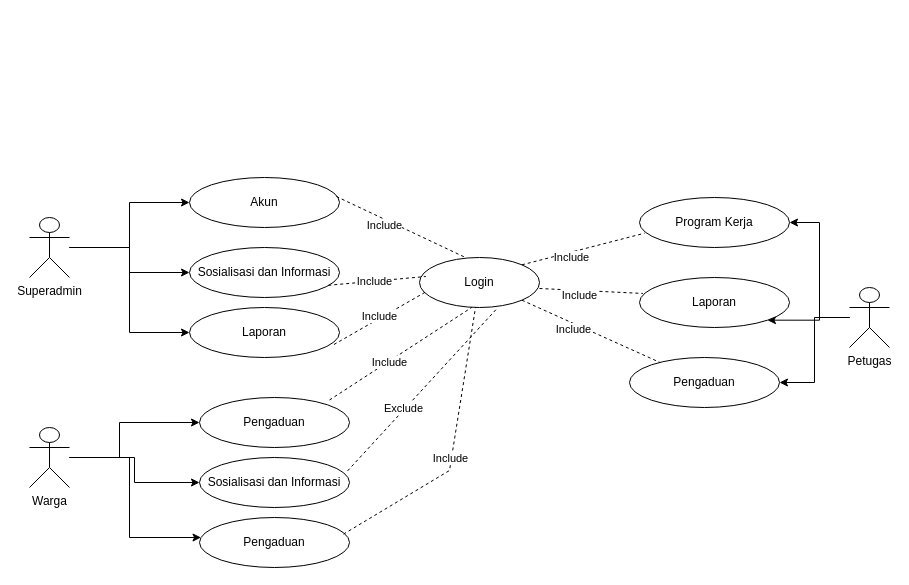
Above: sistem_layanan_publik_berbasis_e-service_quality.drawio in pramudyabimo/pramudyabimo (draw.io), before the change. Source tidied: cells renumbered, new cells numbered last; positions are measured from the earlier drawing's top-left corner, leaving out a move shared by most shapes. Both pictures are drawn from the tidied source at 100%, with x=0, y=0 at pixel (29, 177).
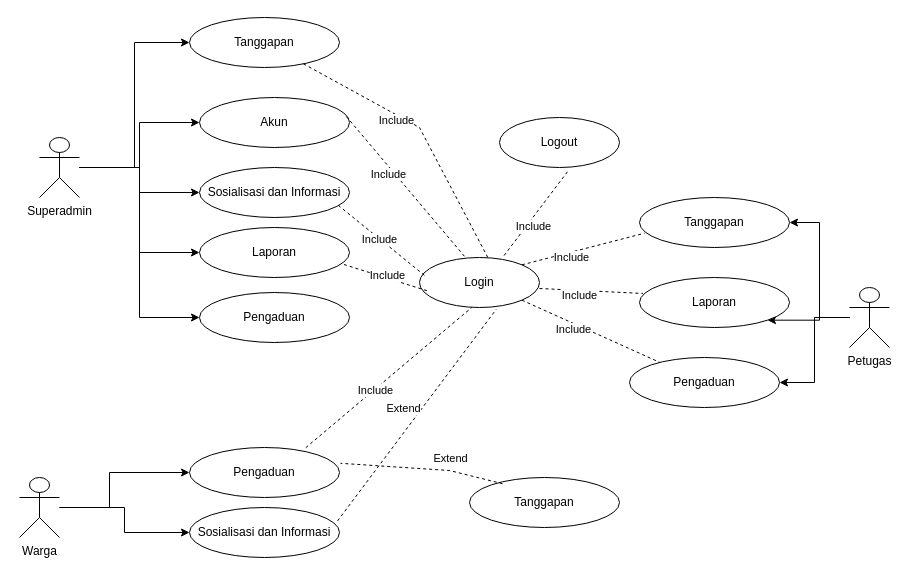
The same diagram, later.

The change refers to these unchanged cells:
```xml
<mxCell id="14" value="Login" style="ellipse;whiteSpace=wrap;html=1;" parent="1" vertex="1">
  <mxGeometry x="390" y="80" width="120" height="50" as="geometry" />
</mxCell>
```

The edit, as a diff of the source:
```diff
@@
+    <mxCell id="43" style="edgeStyle=orthogonalEdgeStyle;rounded=0;jettySize=auto;html=1;entryX=0;entryY=0.5;entryDx=0;entryDy=0;" parent="1" edge="1" source="9" target="45">
+      <mxGeometry relative="1" as="geometry" />
+    </mxCell>
+    <mxCell id="44" style="edgeStyle=orthogonalEdgeStyle;rounded=0;jettySize=auto;html=1;entryX=0;entryY=0.5;entryDx=0;entryDy=0;" parent="1" edge="1" source="9" target="48">
+      <mxGeometry relative="1" as="geometry" />
+    </mxCell>
     <mxCell id="9" value="&lt;div&gt;Superadmin&lt;/div&gt;" style="shape=umlActor;verticalLabelPosition=bottom;verticalAlign=top;html=1;outlineConnect=0;direction=east;" parent="1" vertex="1">
-      <mxGeometry y="40" width="40" height="60" as="geometry" />
+      <mxGeometry x="10" y="-40" width="40" height="60" as="geometry" />
     </mxCell>
     <mxCell id="10" style="edgeStyle=orthogonalEdgeStyle;rounded=0;jettySize=auto;html=1;" parent="1" edge="1" source="13" target="15">
       <mxGeometry relative="1" as="geometry">
         <Array as="points">
-          <mxPoint x="90" y="280" />
-          <mxPoint x="90" y="245" />
+          <mxPoint x="80" y="330" />
+          <mxPoint x="80" y="295" />
         </Array>
       </mxGeometry>
     </mxCell>
@@
-    <mxCell id="12" style="edgeStyle=orthogonalEdgeStyle;rounded=0;jettySize=auto;html=1;" parent="1" edge="1" source="13" target="17">
-      <mxGeometry relative="1" as="geometry">
-        <Array as="points">
-          <mxPoint x="100" y="280" />
-          <mxPoint x="100" y="360" />
-        </Array>
-      </mxGeometry>
-    </mxCell>
     <mxCell id="13" value="&lt;div&gt;Warga&lt;/div&gt;" style="shape=umlActor;verticalLabelPosition=bottom;verticalAlign=top;html=1;outlineConnect=0;direction=east;" parent="1" vertex="1">
-      <mxGeometry y="250" width="40" height="60" as="geometry" />
+      <mxGeometry x="-10" y="300" width="40" height="60" as="geometry" />
     </mxCell>
@@
     <mxCell id="15" value="Pengaduan" style="ellipse;whiteSpace=wrap;html=1;" parent="1" vertex="1">
-      <mxGeometry x="170" y="220" width="150" height="50" as="geometry" />
+      <mxGeometry x="160" y="270" width="150" height="50" as="geometry" />
     </mxCell>
     <mxCell id="16" value="Sosialisasi dan Informasi" style="ellipse;whiteSpace=wrap;html=1;" parent="1" vertex="1">
-      <mxGeometry x="170" y="280" width="150" height="50" as="geometry" />
+      <mxGeometry x="160" y="330" width="150" height="50" as="geometry" />
     </mxCell>
-    <mxCell id="17" value="Pengaduan" style="ellipse;whiteSpace=wrap;html=1;" parent="1" vertex="1">
-      <mxGeometry x="170" y="340" width="150" height="50" as="geometry" />
+    <mxCell id="17" value="Tanggapan" style="ellipse;whiteSpace=wrap;html=1;" parent="1" vertex="1">
+      <mxGeometry x="440" y="300" width="150" height="50" as="geometry" />
     </mxCell>
-    <mxCell id="18" style="endArrow=none;dashed=1;html=1;rounded=0;entryX=0.437;entryY=0.996;entryDx=0;entryDy=0;entryPerimeter=0;" parent="1" edge="1" target="14">
-      <mxGeometry relative="1" as="geometry">
-        <mxPoint x="300" y="222.5" as="sourcePoint" />
-      </mxGeometry>
+    <mxCell id="18" style="endArrow=none;dashed=1;html=1;rounded=0;entryX=0.437;entryY=0.996;entryDx=0;entryDy=0;entryPerimeter=0;exitX=0.775;exitY=0.004;exitDx=0;exitDy=0;exitPerimeter=0;" parent="1" edge="1" source="15" target="14">
+      <mxGeometry relative="1" as="geometry" />
     </mxCell>
@@
-    <mxCell id="21" style="endArrow=none;dashed=1;html=1;rounded=0;exitX=0.96;exitY=0.332;exitDx=0;exitDy=0;exitPerimeter=0;" parent="1" edge="1" source="17" target="14">
+    <mxCell id="21" style="endArrow=none;dashed=1;html=1;rounded=0;entryX=1.007;entryY=0.316;entryDx=0;entryDy=0;entryPerimeter=0;exitX=0.22;exitY=0.124;exitDx=0;exitDy=0;exitPerimeter=0;" parent="1" edge="1" source="17" target="15">
       <mxGeometry relative="1" as="geometry">
         <Array as="points">
           <mxPoint x="420" y="293" />
         </Array>
       </mxGeometry>
     </mxCell>
-    <mxCell id="22" value="Exclude" style="edgeLabel;html=1;align=center;verticalAlign=middle;" parent="1" vertex="1">
+    <mxCell id="22" value="Extend" style="edgeLabel;html=1;align=center;verticalAlign=middle;" parent="1" vertex="1">
       <mxGeometry x="373" y="230" as="geometry" />
     </mxCell>
-    <mxCell id="23" value="Include" style="edgeLabel;html=1;align=center;verticalAlign=middle;" parent="1" vertex="1">
+    <mxCell id="23" value="Extend" style="edgeLabel;html=1;align=center;verticalAlign=middle;" parent="1" vertex="1">
       <mxGeometry x="420" y="280" as="geometry" />
     </mxCell>
     <mxCell id="24" value="Akun" style="ellipse;whiteSpace=wrap;html=1;" parent="1" vertex="1">
-      <mxGeometry x="160" width="150" height="50" as="geometry" />
+      <mxGeometry x="170" y="-80" width="150" height="50" as="geometry" />
     </mxCell>
     <mxCell id="25" value="Sosialisasi dan Informasi" style="ellipse;whiteSpace=wrap;html=1;" parent="1" vertex="1">
-      <mxGeometry x="160" y="70" width="150" height="50" as="geometry" />
+      <mxGeometry x="170" y="-10" width="150" height="50" as="geometry" />
     </mxCell>
     <mxCell id="26" value="Laporan" style="ellipse;whiteSpace=wrap;html=1;" parent="1" vertex="1">
-      <mxGeometry x="160" y="130" width="150" height="50" as="geometry" />
+      <mxGeometry x="170" y="50" width="150" height="50" as="geometry" />
     </mxCell>
@@
-    <mxCell id="33" value="Program Kerja" style="ellipse;whiteSpace=wrap;html=1;" parent="1" vertex="1">
+    <mxCell id="33" value="Tanggapan" style="ellipse;whiteSpace=wrap;html=1;" parent="1" vertex="1">
       <mxGeometry x="610" y="20" width="150" height="50" as="geometry" />
     </mxCell>
@@
+    <mxCell id="45" value="Tanggapan" style="ellipse;whiteSpace=wrap;html=1;" parent="1" vertex="1">
+      <mxGeometry x="160" y="-160" width="150" height="50" as="geometry" />
+    </mxCell>
+    <mxCell id="46" style="endArrow=none;dashed=1;html=1;rounded=0;entryX=0.572;entryY=0.012;entryDx=0;entryDy=0;entryPerimeter=0;" parent="1" edge="1" source="45" target="14">
+      <mxGeometry relative="1" as="geometry">
+        <Array as="points">
+          <mxPoint x="390" y="-50" />
+        </Array>
+      </mxGeometry>
+    </mxCell>
+    <mxCell id="47" value="Include" style="edgeLabel;html=1;align=center;verticalAlign=middle;" parent="46" vertex="1">
+      <mxGeometry x="-0.23" y="-5" relative="1" as="geometry" />
+    </mxCell>
+    <mxCell id="48" value="Pengaduan" style="ellipse;whiteSpace=wrap;html=1;" parent="1" vertex="1">
+      <mxGeometry x="170" y="115" width="150" height="50" as="geometry" />
+    </mxCell>
+    <mxCell id="49" value="Logout" style="ellipse;whiteSpace=wrap;html=1;" parent="1" vertex="1">
+      <mxGeometry x="470" y="-60" width="120" height="50" as="geometry" />
+    </mxCell>
+    <mxCell id="50" style="endArrow=none;dashed=1;html=1;rounded=0;entryX=0.578;entryY=1.048;entryDx=0;entryDy=0;entryPerimeter=0;exitX=0.705;exitY=-0.04;exitDx=0;exitDy=0;exitPerimeter=0;" parent="1" edge="1" source="14" target="49">
+      <mxGeometry relative="1" as="geometry" />
+    </mxCell>
+    <mxCell id="51" value="Include" style="edgeLabel;html=1;align=center;verticalAlign=middle;" parent="50" vertex="1">
+      <mxGeometry x="-0.23" y="-5" relative="1" as="geometry" />
+    </mxCell>
```
